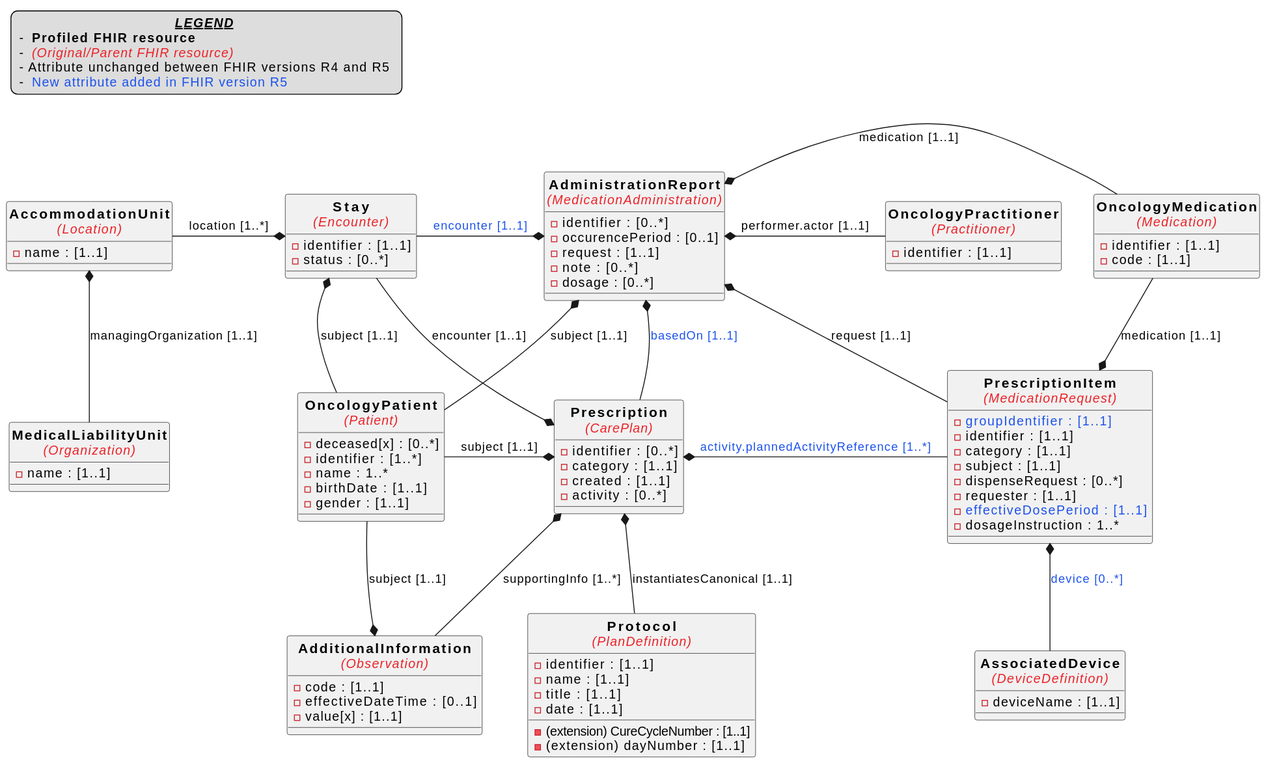
Above: input/pagecontent/images/uml_oncofair_english.svg in ONCOFAIR/FHIR-ImplementationGuide-Article (PlantUML), before the change.
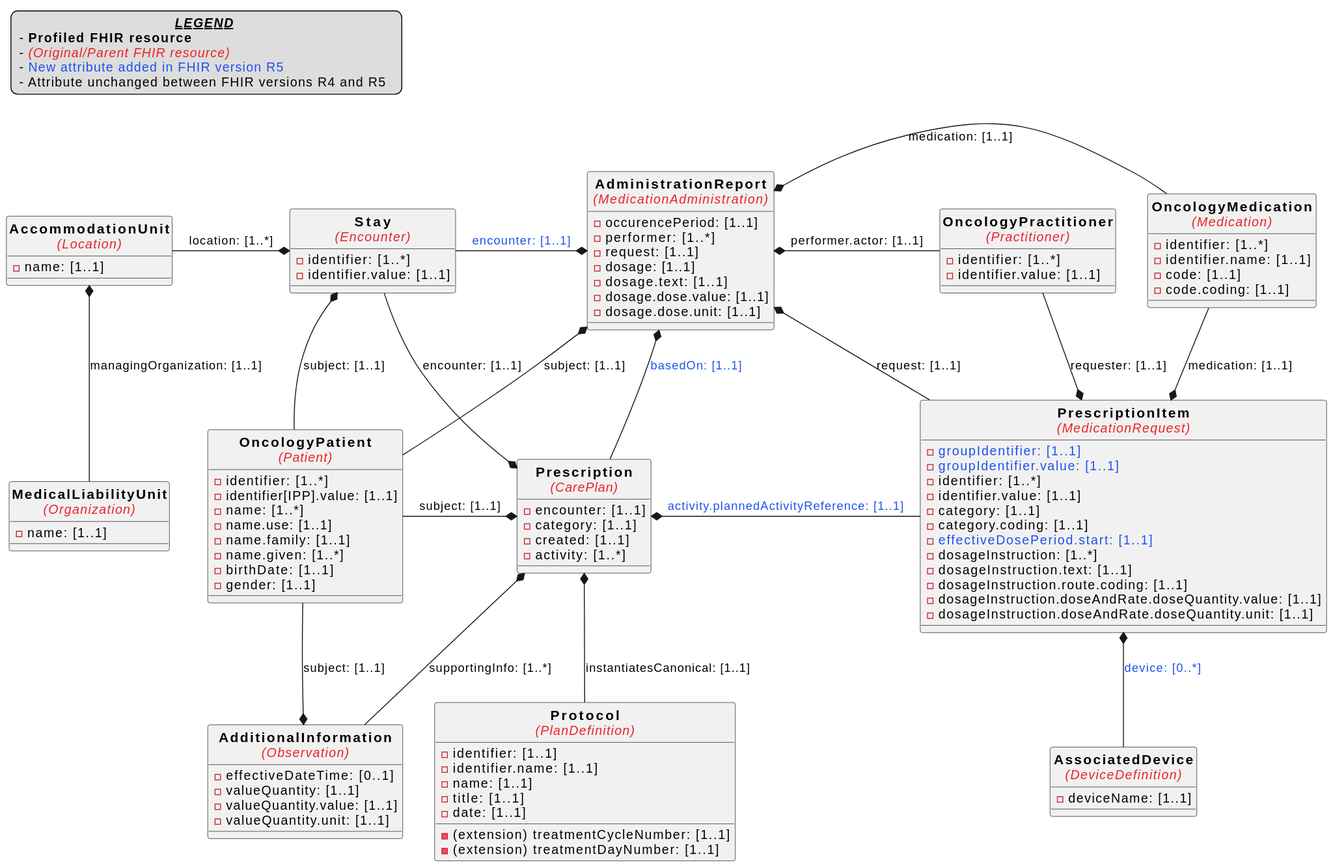
After the commit.

Change to the diagram source:
```diff
@@ -4,111 +4,126 @@
 
 legend top left
 <i><b><u>                                   LEGEND                                    </u></b></i>
- -  <b>Profiled FHIR resource</b>
- -  <i><color:#ec2127>(Original/Parent FHIR resource)</color></i>
- -  Attribute unchanged between FHIR versions R4 and R5
- -  <color:#1c52ec>New attribute added in FHIR version R5</color>
+ - <b>Profiled FHIR resource</b>
+ - <i><color:#ec2127>(Original/Parent FHIR resource)</color></i>
+ - <color:#1c52ec>New attribute added in FHIR version R5</color>
+ - Attribute unchanged between FHIR versions R4 and R5
 endlegend
 
 
 class OncologyPatient as "===OncologyPatient\n====<color:#ec2127>(Patient)" {
-  - deceased[x] : [0..*]
-  - identifier : [1..*]
-  - name : 1..*
-  - birthDate : [1..1]
-  - gender : [1..1]
+  - identifier: [1..*]
+  - identifier[IPP].value: [1..1]
+  - name: [1..*]
+  - name.use: [1..1]
+  - name.family: [1..1]
+  - name.given: [1..*]
+  - birthDate: [1..1]
+  - gender: [1..1]
 }
 
 class Stay as "===Stay\n====<color:#ec2127>(Encounter)" {
-  - identifier : [1..1]
-  - status : [0..*]
+  - identifier: [1..*]
+  - identifier.value: [1..1]
 }
 
 class AccommodationUnit as "===AccommodationUnit \n====<color:#ec2127>(Location)" {
-  - name : [1..1]
+  - name: [1..1]
 }
 
 class MedicalLiabilityUnit as "===MedicalLiabilityUnit\n====<color:#ec2127>(Organization)" {
-  - name : [1..1]
+  - name: [1..1]
 }
 
 class OncologyPractitioner as "===OncologyPractitioner\n====<color:#ec2127>(Practitioner)" {
-  - identifier : [1..1]
+  - identifier: [1..*]
+  - identifier.value: [1..1]
 }
 
 class Prescription as "===Prescription\n====<color:#ec2127>(CarePlan)"  {
-  - identifier : [0..*]
-  - category : [1..1]
-  - created : [1..1]
-  - activity : [0..*]
+  - encounter: [1..1]
+  - category: [1..1]
+  - created: [1..1]
+  - activity: [1..*]
 }
 
 class Protocol as "===Protocol\n====<color:#ec2127>(PlanDefinition)" {
-  - identifier : [1..1]
-  - name : [1..1]
-  - title : [1..1]
-  - date : [1..1]
-  - (extension) cureNumber : [1..1]
-  - (extension) dayNumber : [1..1]
+  - identifier: [1..1]
+  - identifier.name: [1..1]
+  - name: [1..1]
+  - title: [1..1]
+  - date: [1..1]
+  - (extension) treatmentCycleNumber: [1..1]
+  - (extension) treatmentDayNumber: [1..1]
 }
 
 class PrescriptionItem as "===PrescriptionItem\n====<color:#ec2127>(MedicationRequest)" {
-  - <color:#1c52ec>groupIdentifier : [1..1]
-  - identifier : [1..1]
-  - category : [1..1]
-  - subject : [1..1]
-  - dispenseRequest : [0..*]
-  - requester : [1..1]
-  - <color:#1c52ec>effectiveDosePeriod : [1..1]
-  - dosageInstruction : 1..*
+  - <color:#1c52ec>groupIdentifier: [1..1]
+  - <color:#1c52ec>groupIdentifier.value: [1..1]
+  - identifier: [1..*]
+  - identifier.value: [1..1]
+  - category: [1..1]
+  - category.coding: [1..1]
+  - <color:#1c52ec>effectiveDosePeriod.start: [1..1]
+  - dosageInstruction: [1..*]
+  - dosageInstruction.text: [1..1]
+  - dosageInstruction.route.coding: [1..1]
+  - dosageInstruction.doseAndRate.doseQuantity.value: [1..1]
+  - dosageInstruction.doseAndRate.doseQuantity.unit: [1..1]
 }
 
 class AdditionalInformation as "===AdditionalInformation\n====<color:#ec2127>(Observation)" {
-  - code : [1..1]
-  - effectiveDateTime : [0..1]
-  - value[x] : [1..1]
+  - effectiveDateTime: [0..1]
+  - valueQuantity: [1..1]
+  - valueQuantity.value: [1..1]
+  - valueQuantity.unit: [1..1]
 }
 
 class OncologyMedication as "===OncologyMedication\n====<color:#ec2127>(Medication)" {
-  - identifier : [1..1]
-  - code : [1..1]
+  - identifier: [1..*]
+  - identifier.name: [1..1]
+  - code: [1..1]
+  - code.coding: [1..1]
 }
 
 class AssociatedDevice as "===AssociatedDevice\n====<color:#ec2127>(DeviceDefinition)" {
-  - deviceName : [1..1]
+  - deviceName: [1..1]
 }
 
 class AdministrationReport as "===AdministrationReport\n====<color:#ec2127>(MedicationAdministration)" {
-  - identifier : [0..*]
-  - occurencePeriod : [0..1]
-  - request : [1..1]
-  - note : [0..*]
-  - dosage : [0..*]
+  - occurencePeriod: [1..1]
+  - performer: [1..*]
+  - request: [1..1]
+  - dosage: [1..1]
+  - dosage.text: [1..1]
+  - dosage.dose.value: [1..1]
+  - dosage.dose.unit: [1..1]
 }
 
 
 
-Stay *-down- OncologyPatient : subject [1..1]
-Stay *-left- AccommodationUnit : location [1..*]
+Stay *-down- OncologyPatient : subject: [1..1]
+Stay *-left- AccommodationUnit : location: [1..*]
 
-AccommodationUnit *-down- MedicalLiabilityUnit : managingOrganization [1..1]
+AccommodationUnit *-down- MedicalLiabilityUnit : managingOrganization: [1..1]
 
-Prescription *-left- OncologyPatient : subject [1..1]
-Prescription *-left- Stay : encounter [1..1]
-Prescription *-down- Protocol : instantiatesCanonical [1..1]
-Prescription *-down- AdditionalInformation : supportingInfo [1..*]
-Prescription *-right- PrescriptionItem : <color:#1c52ec>activity.plannedActivityReference [1..*]
+Prescription *-left- OncologyPatient : subject: [1..1]
+Prescription *-left- Stay : encounter: [1..1]
+Prescription *-down- Protocol : instantiatesCanonical: [1..1]
+Prescription *-down- AdditionalInformation : supportingInfo: [1..*]
+Prescription *-right- PrescriptionItem : <color:#1c52ec>activity.plannedActivityReference: [1..1]
 
-PrescriptionItem *-up- OncologyMedication : medication [1..1]
-PrescriptionItem *-down- AssociatedDevice : <color:#1c52ec>device [0..*]
+PrescriptionItem *-up- OncologyMedication : medication: [1..1]
+PrescriptionItem *-down- AssociatedDevice : <color:#1c52ec>device: [0..*]
+PrescriptionItem *-up- OncologyPractitioner : requester: [1..1]
 
-AdministrationReport *-right- OncologyPractitioner : performer.actor [1..1]
-AdministrationReport *-right- OncologyMedication : \nmedication [1..1]
-AdministrationReport *-right- OncologyPatient : subject [1..1]
-AdministrationReport *-down- Prescription : <color:#1c52ec>basedOn [1..1]
+AdministrationReport *-right- OncologyPractitioner : performer.actor: [1..1]
+AdministrationReport *-right- OncologyMedication : \nmedication: [1..1]
+AdministrationReport *-right- OncologyPatient : subject: [1..1]
+AdministrationReport *-down- Prescription : <color:#1c52ec>basedOn: [1..1]
 
-AdministrationReport *-left- Stay : <color:#1c52ec>encounter [1..1]
-AdministrationReport *-down- PrescriptionItem : request [1..1]
+AdministrationReport *-left- Stay : <color:#1c52ec>encounter: [1..1]
+AdministrationReport *-down- PrescriptionItem : request: [1..1]
 
-AdditionalInformation *-left- OncologyPatient : subject [1..1]
+AdditionalInformation *-left- OncologyPatient : subject: [1..1]
 @enduml
```
